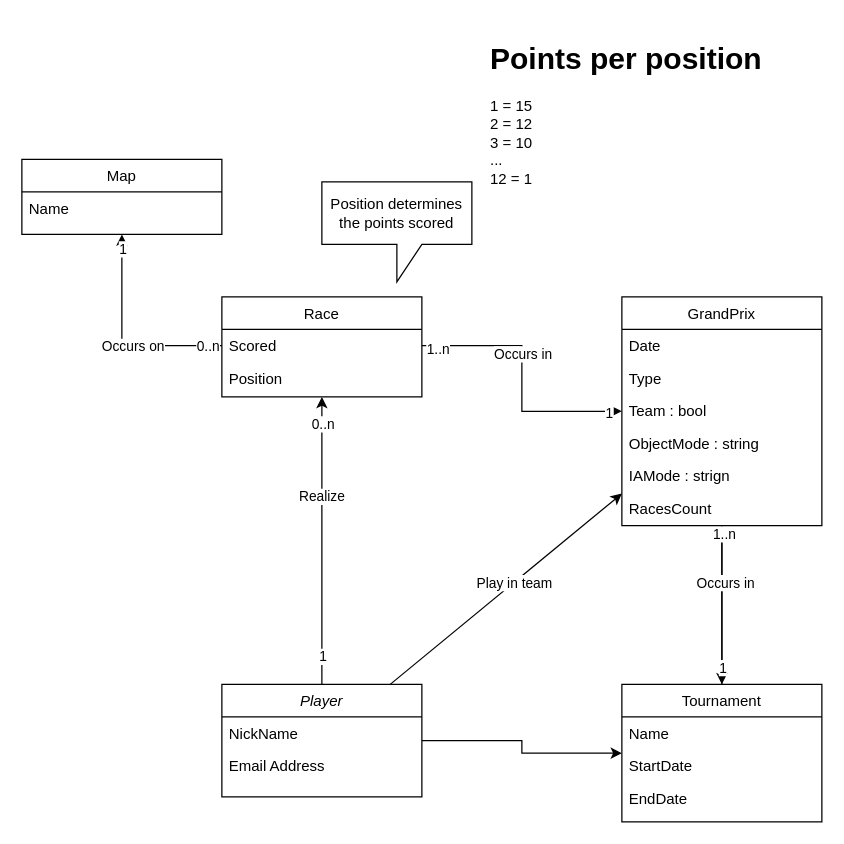
This is doc/MKTournament.drawio from Drnkmstr/MKTournament, a draw.io file, before an edit. Source tidied: cells renumbered, new cells numbered last; positions are measured from the earlier drawing's top-left corner, leaving out a move shared by most shapes. Both pictures are drawn from the tidied source at 125%, with x=0, y=0 at pixel (21, 34).
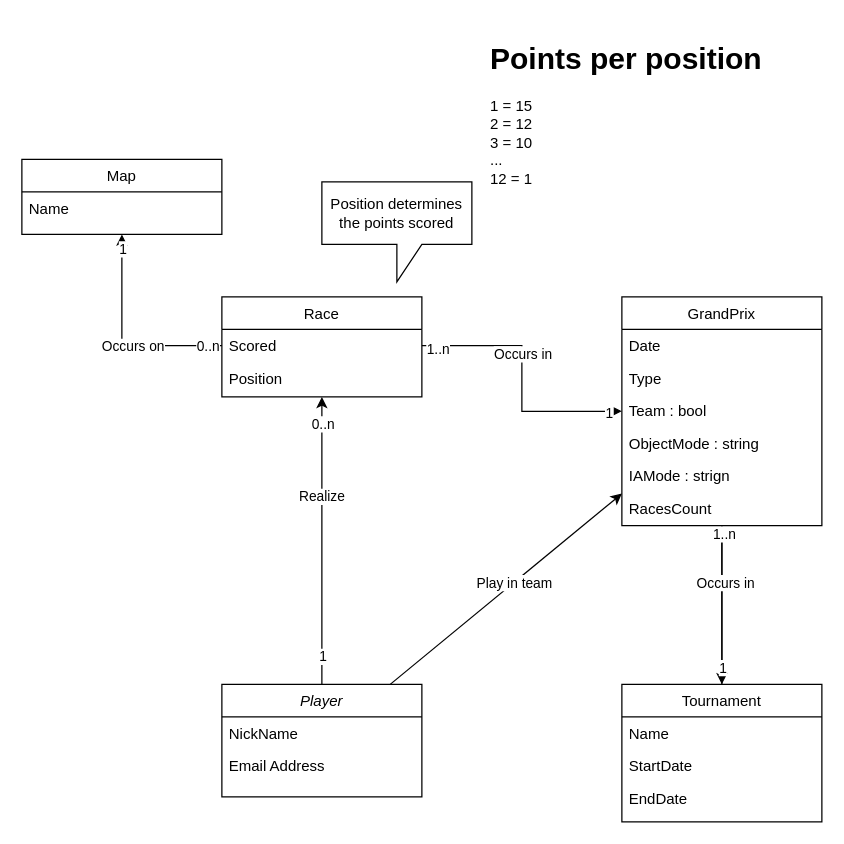
The same diagram, later.

The change refers to these unchanged cells:
```xml
<mxCell id="7" value="Player" style="swimlane;fontStyle=2;align=center;verticalAlign=top;horizontal=1;startSize=26;rounded=0;shadow=0;strokeWidth=1;" parent="1" vertex="1">
  <mxGeometry x="160" y="520" width="160" height="90" as="geometry" />
</mxCell>
<mxCell id="37" value="Tournament" style="swimlane;fontStyle=0;align=center;verticalAlign=top;horizontal=1;startSize=26;rounded=0;shadow=0;strokeWidth=1;" parent="1" vertex="1">
  <mxGeometry x="480" y="520" width="160" height="110" as="geometry" />
</mxCell>
```

What changed in the source:
```diff
@@
-    <mxCell id="36" style="edgeStyle=orthogonalEdgeStyle;rounded=0;jettySize=auto;html=1;" parent="1" edge="1" source="7" target="37">
-      <mxGeometry relative="1" as="geometry" />
-    </mxCell>
```
